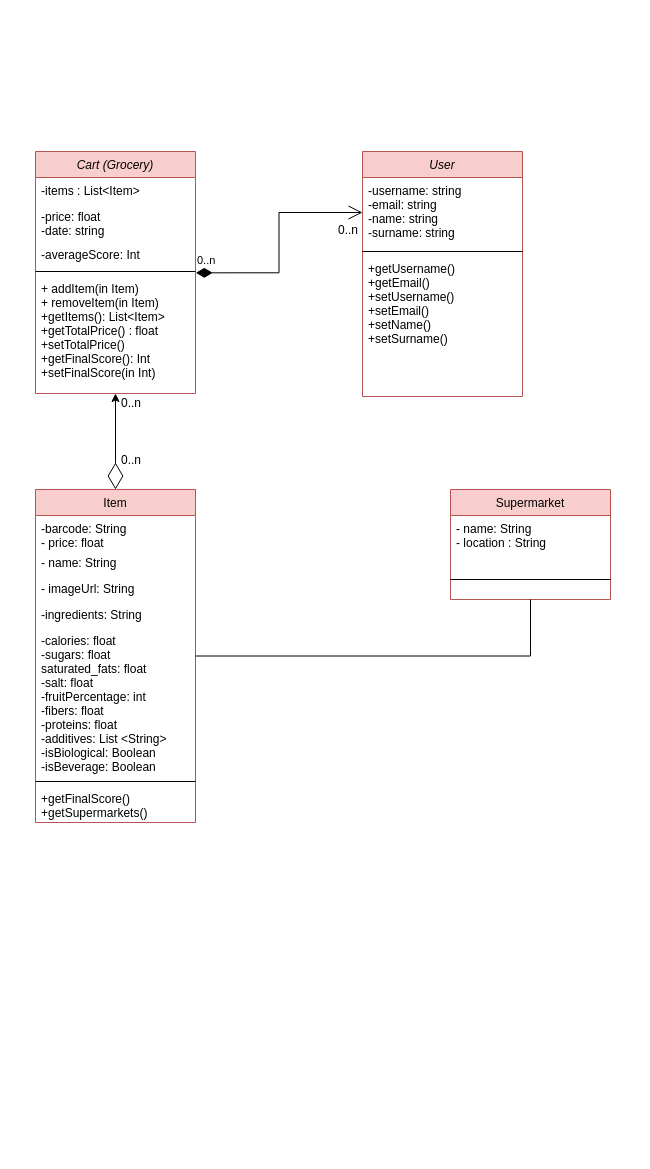
Earlier version of the draw.io diagram others/temp_classdiagram.drawio (FredHats99/HealthyCart). Source tidied: cells renumbered, new cells numbered last; positions are measured from the earlier drawing's top-left corner, leaving out a move shared by most shapes. Both pictures are drawn from the tidied source at 100%, with x=0, y=0 at pixel (35, 151).
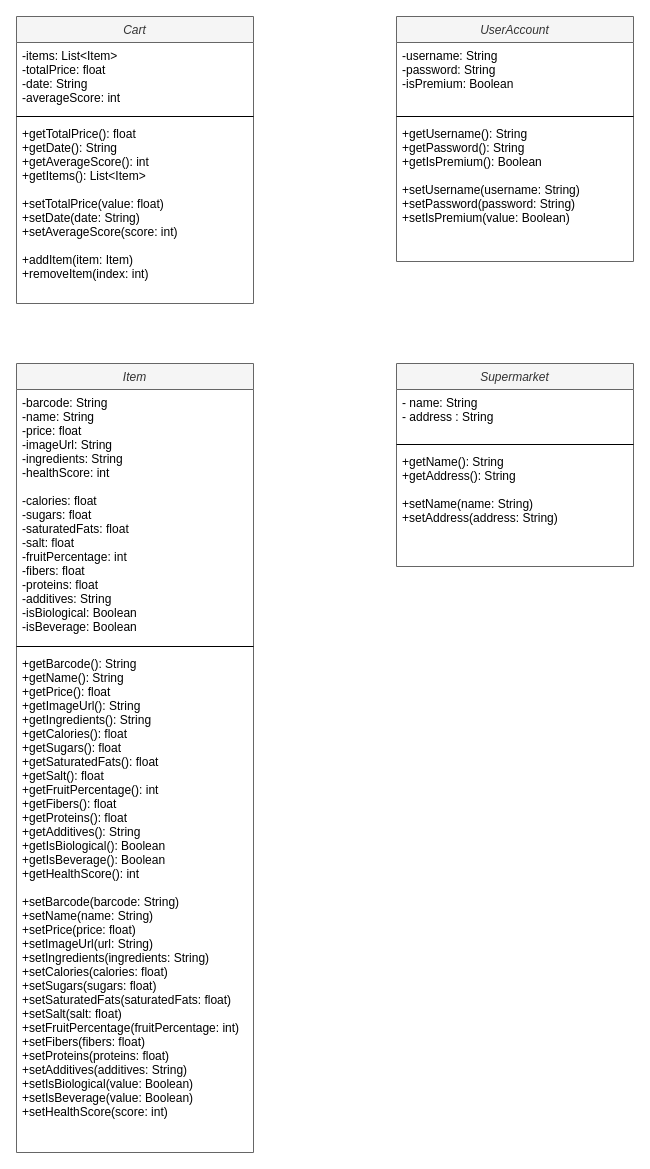
Above is the later version.

Commit message (it also covers changes not shown here):
created folder OLD for obsolete files. created ShowNearestSupermarket and get product informations use case.docx temp_classdiagram modified

Change to the diagram source:
```diff
@@
-    <mxCell id="2" style="endArrow=diamondThin;endFill=0;endSize=24;html=1;rounded=0;entryX=0.5;entryY=0;entryDx=0;entryDy=0;startArrow=classic;startFill=1;" parent="1" edge="1" source="8" target="12">
-      <mxGeometry relative="1" as="geometry" />
-    </mxCell>
-    <mxCell id="3" value="Cart (Grocery)" style="swimlane;fontStyle=2;align=center;verticalAlign=top;horizontal=1;startSize=26;rounded=0;shadow=0;strokeWidth=1;fillColor=#f8cecc;strokeColor=#b85450;" parent="1" vertex="1">
-      <mxGeometry width="160" height="242" as="geometry" />
-    </mxCell>
-    <mxCell id="4" value="-items : List&lt;Item&gt;" style="text;align=left;verticalAlign=top;spacingLeft=4;spacingRight=4;overflow=hidden;" parent="3" vertex="1">
-      <mxGeometry y="26" width="160" height="26" as="geometry" />
-    </mxCell>
-    <mxCell id="5" value="-price: float&#10;-date: string&#10;" style="text;align=left;verticalAlign=top;spacingLeft=4;spacingRight=4;overflow=hidden;rounded=0;shadow=0;html=0;" parent="3" vertex="1">
-      <mxGeometry y="52" width="160" height="38" as="geometry" />
-    </mxCell>
-    <mxCell id="6" value="-averageScore: Int" style="text;align=left;verticalAlign=top;spacingLeft=4;spacingRight=4;overflow=hidden;points=[[0,0.5],[1,0.5]];portConstraint=eastwest;rounded=0;shadow=0;html=0;" parent="3" vertex="1">
-      <mxGeometry y="90" width="160" height="26" as="geometry" />
-    </mxCell>
-    <mxCell id="7" style="line;html=1;strokeWidth=1;align=left;verticalAlign=middle;spacingTop=-1;spacingLeft=3;spacingRight=3;labelPosition=right;" parent="3" vertex="1">
-      <mxGeometry y="116" width="160" height="8" as="geometry" />
-    </mxCell>
-    <mxCell id="8" value="+ addItem(in Item)&#10;+ removeItem(in Item)&#10;+getItems(): List&lt;Item&gt;&#10;+getTotalPrice() : float&#10;+setTotalPrice()&#10;+getFinalScore(): Int&#10;+setFinalScore(in Int)&#10;" style="text;align=left;verticalAlign=top;spacingLeft=4;spacingRight=4;overflow=hidden;points=[[0,0.5],[1,0.5]];portConstraint=eastwest;" parent="3" vertex="1">
-      <mxGeometry y="124" width="160" height="118" as="geometry" />
-    </mxCell>
-    <mxCell id="9" value="Supermarket" style="swimlane;fontStyle=0;align=center;verticalAlign=top;horizontal=1;startSize=26;rounded=0;shadow=0;strokeWidth=1;fillColor=#f8cecc;strokeColor=#b85450;" parent="1" vertex="1">
-      <mxGeometry x="415" y="338" width="160" height="110" as="geometry" />
-    </mxCell>
-    <mxCell id="10" value="- name: String&#10;- location : String&#10;" style="text;align=left;verticalAlign=top;spacingLeft=4;spacingRight=4;overflow=hidden;" parent="9" vertex="1">
-      <mxGeometry y="26" width="160" height="44" as="geometry" />
-    </mxCell>
-    <mxCell id="11" style="line;html=1;strokeWidth=1;align=left;verticalAlign=middle;spacingTop=-1;spacingLeft=3;spacingRight=3;labelPosition=right;" parent="9" vertex="1">
-      <mxGeometry y="70" width="160" height="40" as="geometry" />
-    </mxCell>
-    <mxCell id="12" value="Item" style="swimlane;fontStyle=0;align=center;verticalAlign=top;horizontal=1;startSize=26;rounded=0;shadow=0;strokeWidth=1;fillColor=#f8cecc;strokeColor=#b85450;" parent="1" vertex="1">
-      <mxGeometry y="338" width="160" height="333" as="geometry" />
-    </mxCell>
-    <mxCell id="13" value="-barcode: String&#10;- price: float&#10;" style="text;align=left;verticalAlign=top;spacingLeft=4;spacingRight=4;overflow=hidden;" parent="12" vertex="1">
-      <mxGeometry y="26" width="160" height="34" as="geometry" />
-    </mxCell>
-    <mxCell id="14" value="- name: String" style="text;align=left;verticalAlign=top;spacingLeft=4;spacingRight=4;overflow=hidden;rounded=0;shadow=0;html=0;" parent="12" vertex="1">
-      <mxGeometry y="60" width="160" height="26" as="geometry" />
-    </mxCell>
-    <mxCell id="15" value="- imageUrl: String" style="text;align=left;verticalAlign=top;spacingLeft=4;spacingRight=4;overflow=hidden;rounded=0;shadow=0;html=0;" parent="12" vertex="1">
-      <mxGeometry y="86" width="160" height="26" as="geometry" />
-    </mxCell>
-    <mxCell id="16" value="-ingredients: String" style="text;align=left;verticalAlign=top;spacingLeft=4;spacingRight=4;overflow=hidden;rounded=0;shadow=0;html=0;" parent="12" vertex="1">
-      <mxGeometry y="112" width="160" height="26" as="geometry" />
-    </mxCell>
-    <mxCell id="17" value="-calories: float&#10;-sugars: float&#10;saturated_fats: float&#10;-salt: float&#10;-fruitPercentage: int&#10;-fibers: float&#10;-proteins: float&#10;-additives: List &lt;String&gt;&#10;-isBiological: Boolean&#10;-isBeverage: Boolean" style="text;align=left;verticalAlign=top;spacingLeft=4;spacingRight=4;overflow=hidden;rounded=0;shadow=0;html=0;" parent="12" vertex="1">
-      <mxGeometry y="138" width="160" height="150" as="geometry" />
-    </mxCell>
-    <mxCell id="18" style="line;html=1;strokeWidth=1;align=left;verticalAlign=middle;spacingTop=-1;spacingLeft=3;spacingRight=3;labelPosition=right;" parent="12" vertex="1">
-      <mxGeometry y="288" width="160" height="8" as="geometry" />
-    </mxCell>
-    <mxCell id="19" value="+getFinalScore()&#10;+getSupermarkets()" style="text;align=left;verticalAlign=top;spacingLeft=4;spacingRight=4;overflow=hidden;" parent="12" vertex="1">
-      <mxGeometry y="296" width="160" height="37" as="geometry" />
-    </mxCell>
-    <mxCell id="20" style="endArrow=none;html=1;edgeStyle=orthogonalEdgeStyle;rounded=0;entryX=0.5;entryY=1;entryDx=0;entryDy=0;" parent="1" edge="1" source="12" target="9">
-      <mxGeometry relative="1" as="geometry" />
-    </mxCell>
-    <mxCell id="21" value="0..n" style="text;html=1;strokeColor=none;fillColor=none;align=center;verticalAlign=middle;whiteSpace=wrap;rounded=0;" parent="1" vertex="1">
-      <mxGeometry x="66" y="237" width="60" height="30" as="geometry" />
-    </mxCell>
-    <mxCell id="22" value="0..n" style="text;html=1;strokeColor=none;fillColor=none;align=center;verticalAlign=middle;whiteSpace=wrap;rounded=0;" parent="1" vertex="1">
-      <mxGeometry x="66" y="294" width="60" height="30" as="geometry" />
-    </mxCell>
-    <mxCell id="23" value="User" style="swimlane;fontStyle=2;align=center;verticalAlign=top;horizontal=1;startSize=26;rounded=0;shadow=0;strokeWidth=1;fillColor=#f8cecc;strokeColor=#b85450;" parent="1" vertex="1">
-      <mxGeometry x="327" width="160" height="245" as="geometry" />
+    <mxCell id="23" value="UserAccount" style="swimlane;fontStyle=2;align=center;verticalAlign=top;horizontal=1;startSize=26;rounded=0;shadow=0;strokeWidth=1;fillColor=#f5f5f5;fontColor=#333333;strokeColor=#666666;" parent="1" vertex="1">
+      <mxGeometry x="361" y="-135" width="237" height="245" as="geometry" />
     </mxCell>
-    <mxCell id="24" value="-username: string&#10;-email: string&#10;-name: string&#10;-surname: string&#10;" style="text;align=left;verticalAlign=top;spacingLeft=4;spacingRight=4;overflow=hidden;points=[[0,0.5],[1,0.5]];portConstraint=eastwest;" parent="23" vertex="1">
-      <mxGeometry y="26" width="160" height="70" as="geometry" />
+    <mxCell id="24" value="-username: String&#10;-password: String&#10;-isPremium: Boolean&#10;" style="text;align=left;verticalAlign=top;spacingLeft=4;spacingRight=4;overflow=hidden;points=[[0,0.5],[1,0.5]];portConstraint=eastwest;" parent="23" vertex="1">
+      <mxGeometry y="26" width="237" height="70" as="geometry" />
     </mxCell>
     <mxCell id="25" style="line;html=1;strokeWidth=1;align=left;verticalAlign=middle;spacingTop=-1;spacingLeft=3;spacingRight=3;labelPosition=right;" parent="23" vertex="1">
-      <mxGeometry y="96" width="160" height="8" as="geometry" />
+      <mxGeometry y="96" width="237" height="8" as="geometry" />
     </mxCell>
-    <mxCell id="26" value="+getUsername()&#10;+getEmail()&#10;+setUsername()&#10;+setEmail()&#10;+setName()&#10;+setSurname()" style="text;align=left;verticalAlign=top;spacingLeft=4;spacingRight=4;overflow=hidden;" parent="23" vertex="1">
-      <mxGeometry y="104" width="160" height="118" as="geometry" />
+    <mxCell id="26" value="+getUsername(): String&#10;+getPassword(): String&#10;+getIsPremium(): Boolean&#10;&#10;+setUsername(username: String)&#10;+setPassword(password: String)&#10;+setIsPremium(value: Boolean)&#10;" style="text;align=left;verticalAlign=top;spacingLeft=4;spacingRight=4;overflow=hidden;" parent="23" vertex="1">
+      <mxGeometry y="104" width="237" height="118" as="geometry" />
     </mxCell>
-    <mxCell id="27" value="0..n" style="endArrow=open;html=1;endSize=12;startArrow=diamondThin;startSize=14;startFill=1;edgeStyle=orthogonalEdgeStyle;align=left;verticalAlign=bottom;rounded=0;exitX=1.002;exitY=1.205;exitDx=0;exitDy=0;exitPerimeter=0;" parent="1" edge="1" source="6" target="24">
-      <mxGeometry x="-1" y="3" relative="1" as="geometry" />
-    </mxCell>
-    <mxCell id="28" value="0..n" style="text;html=1;strokeColor=none;fillColor=none;align=center;verticalAlign=middle;whiteSpace=wrap;rounded=0;" parent="1" vertex="1">
-      <mxGeometry x="283" y="64" width="60" height="30" as="geometry" />
-    </mxCell>
+    <mxCell id="9" value="Supermarket" style="swimlane;fontStyle=2;align=center;verticalAlign=top;horizontal=1;startSize=26;rounded=0;shadow=0;strokeWidth=1;fillColor=#f5f5f5;fontColor=#333333;strokeColor=#666666;" parent="1" vertex="1">
+      <mxGeometry x="361" y="212" width="237" height="203" as="geometry" />
+    </mxCell>
+    <mxCell id="29" value="- name: String&#10;- address : String" style="text;align=left;verticalAlign=top;spacingLeft=4;spacingRight=4;overflow=hidden;" parent="9" vertex="1">
+      <mxGeometry y="26" width="237" height="51" as="geometry" />
+    </mxCell>
+    <mxCell id="30" style="line;html=1;strokeWidth=1;align=left;verticalAlign=middle;spacingTop=-1;spacingLeft=3;spacingRight=3;labelPosition=right;" parent="9" vertex="1">
+      <mxGeometry y="77" width="237" height="8" as="geometry" />
+    </mxCell>
+    <mxCell id="31" value="+getName(): String&#10;+getAddress(): String&#10;&#10;+setName(name: String)&#10;+setAddress(address: String)&#10;" style="text;align=left;verticalAlign=top;spacingLeft=4;spacingRight=4;overflow=hidden;" parent="9" vertex="1">
+      <mxGeometry y="85" width="237" height="118" as="geometry" />
+    </mxCell>
+    <mxCell id="12" value="Item" style="swimlane;fontStyle=2;align=center;verticalAlign=top;horizontal=1;startSize=26;rounded=0;shadow=0;strokeWidth=1;fillColor=#f5f5f5;fontColor=#333333;strokeColor=#666666;" parent="1" vertex="1">
+      <mxGeometry x="-19" y="212" width="237" height="789" as="geometry" />
+    </mxCell>
+    <mxCell id="32" value="-barcode: String&#10;-name: String&#10;-price: float&#10;-imageUrl: String&#10;-ingredients: String&#10;-healthScore: int&#10;&#10;-calories: float&#10;-sugars: float&#10;-saturatedFats: float&#10;-salt: float&#10;-fruitPercentage: int&#10;-fibers: float&#10;-proteins: float&#10;-additives: String&#10;-isBiological: Boolean&#10;-isBeverage: Boolean&#10;" style="text;align=left;verticalAlign=top;spacingLeft=4;spacingRight=4;overflow=hidden;" parent="12" vertex="1">
+      <mxGeometry y="26" width="237" height="253" as="geometry" />
+    </mxCell>
+    <mxCell id="33" style="line;html=1;strokeWidth=1;align=left;verticalAlign=middle;spacingTop=-1;spacingLeft=3;spacingRight=3;labelPosition=right;" parent="12" vertex="1">
+      <mxGeometry y="279" width="237" height="8" as="geometry" />
+    </mxCell>
+    <mxCell id="34" value="+getBarcode(): String&#10;+getName(): String&#10;+getPrice(): float&#10;+getImageUrl(): String&#10;+getIngredients(): String&#10;+getCalories(): float&#10;+getSugars(): float&#10;+getSaturatedFats(): float&#10;+getSalt(): float&#10;+getFruitPercentage(): int&#10;+getFibers(): float&#10;+getProteins(): float&#10;+getAdditives(): String&#10;+getIsBiological(): Boolean&#10;+getIsBeverage(): Boolean&#10;+getHealthScore(): int&#10;&#10;+setBarcode(barcode: String)&#10;+setName(name: String)&#10;+setPrice(price: float)&#10;+setImageUrl(url: String)&#10;+setIngredients(ingredients: String)&#10;+setCalories(calories: float)&#10;+setSugars(sugars: float)&#10;+setSaturatedFats(saturatedFats: float)&#10;+setSalt(salt: float)&#10;+setFruitPercentage(fruitPercentage: int)&#10;+setFibers(fibers: float)&#10;+setProteins(proteins: float)&#10;+setAdditives(additives: String)&#10;+setIsBiological(value: Boolean)&#10;+setIsBeverage(value: Boolean)&#10;+setHealthScore(score: int)&#10; " style="text;align=left;verticalAlign=top;spacingLeft=4;spacingRight=4;overflow=hidden;" parent="12" vertex="1">
+      <mxGeometry y="287" width="237" height="484" as="geometry" />
+    </mxCell>
+    <mxCell id="35" value="Cart" style="swimlane;fontStyle=2;align=center;verticalAlign=top;horizontal=1;startSize=26;rounded=0;shadow=0;strokeWidth=1;fillColor=#f5f5f5;fontColor=#333333;strokeColor=#666666;" parent="1" vertex="1">
+      <mxGeometry x="-19" y="-135" width="237" height="287" as="geometry" />
+    </mxCell>
+    <mxCell id="36" value="-items: List&lt;Item&gt;&#10;-totalPrice: float&#10;-date: String&#10;-averageScore: int&#10;" style="text;align=left;verticalAlign=top;spacingLeft=4;spacingRight=4;overflow=hidden;" parent="35" vertex="1">
+      <mxGeometry y="26" width="237" height="70" as="geometry" />
+    </mxCell>
+    <mxCell id="37" style="line;html=1;strokeWidth=1;align=left;verticalAlign=middle;spacingTop=-1;spacingLeft=3;spacingRight=3;labelPosition=right;" parent="35" vertex="1">
+      <mxGeometry y="96" width="237" height="8" as="geometry" />
+    </mxCell>
+    <mxCell id="38" value="+getTotalPrice(): float&#10;+getDate(): String&#10;+getAverageScore(): int&#10;+getItems(): List&lt;Item&gt;&#10;&#10;+setTotalPrice(value: float)&#10;+setDate(date: String)&#10;+setAverageScore(score: int)&#10;&#10;+addItem(item: Item)&#10;+removeItem(index: int)&#10;" style="text;align=left;verticalAlign=top;spacingLeft=4;spacingRight=4;overflow=hidden;" parent="35" vertex="1">
+      <mxGeometry y="104" width="237" height="183" as="geometry" />
+    </mxCell>
```
